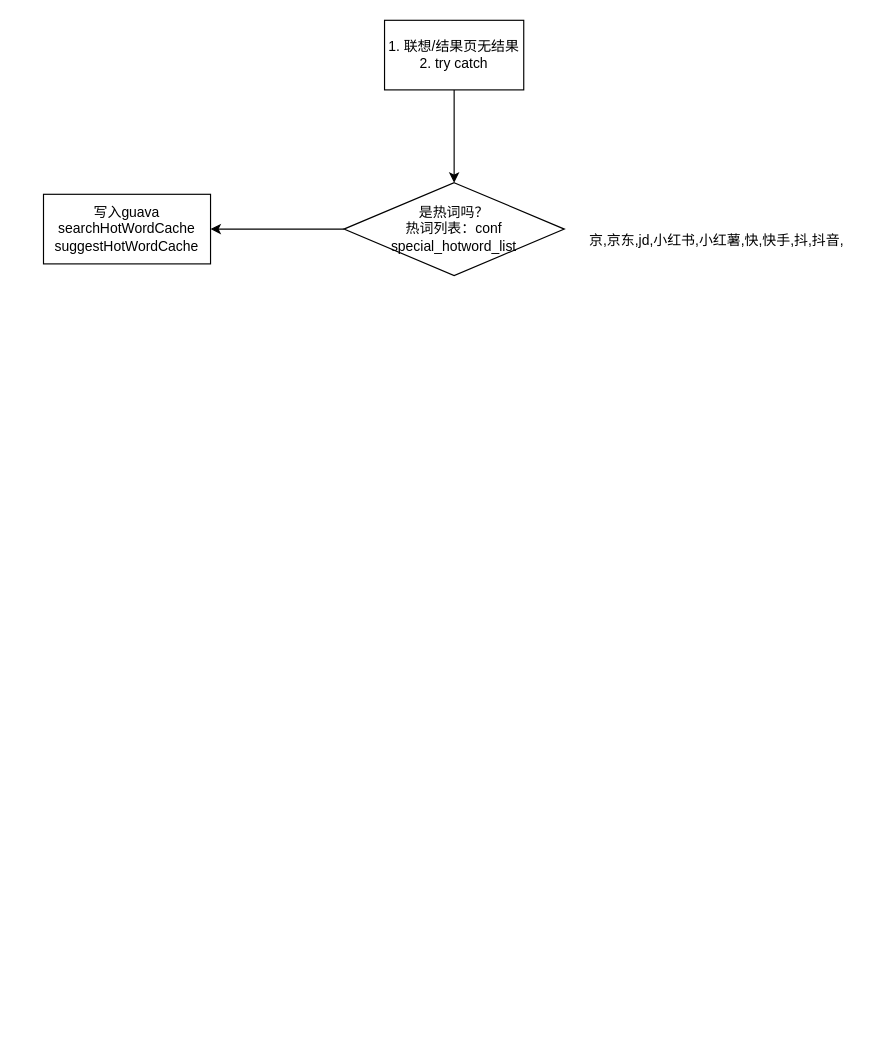
ETHAN0430/draw.io.repo keeps this draw.io diagram as 搜索GlobalFallback.drawio. Above is the earlier version. Source tidied: cells renumbered, new cells numbered last; positions are measured from the earlier drawing's top-left corner, leaving out a move shared by most shapes. Both pictures are drawn from the tidied source at 116%, with x=0, y=0 at pixel (43, 20).
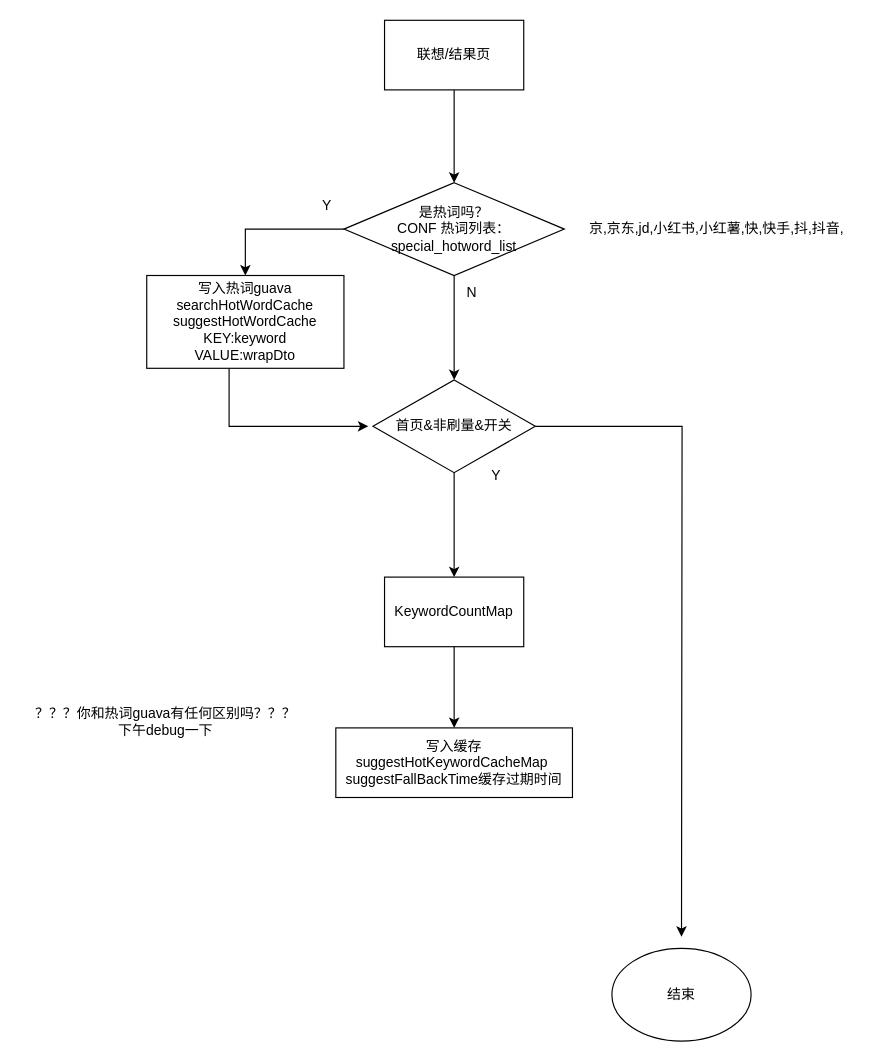
The same diagram, later.

Change to the diagram source:
```diff
@@
-    <mxCell id="3" value="1. 联想/结果页无结果&lt;br&gt;2. try catch" style="whiteSpace=wrap;html=1;" parent="1" vertex="1">
+    <mxCell id="3" value="联想/结果页" style="whiteSpace=wrap;html=1;" parent="1" vertex="1">
       <mxGeometry x="294" width="120" height="60" as="geometry" />
     </mxCell>
-    <mxCell id="4" style="edgeStyle=orthogonalEdgeStyle;rounded=0;jettySize=auto;html=1;" parent="1" edge="1" source="5" target="7">
+    <mxCell id="4" style="edgeStyle=orthogonalEdgeStyle;rounded=0;jettySize=auto;html=1;exitX=0;exitY=0.5;exitDx=0;exitDy=0;" parent="1" edge="1" source="5" target="7">
       <mxGeometry relative="1" as="geometry" />
     </mxCell>
+    <mxCell id="8" style="edgeStyle=orthogonalEdgeStyle;rounded=0;jettySize=auto;html=1;" parent="1" edge="1" source="5">
+      <mxGeometry relative="1" as="geometry">
+        <mxPoint x="354" y="310" as="targetPoint" />
+      </mxGeometry>
+    </mxCell>
-    <mxCell id="5" value="是热词吗？&lt;br&gt;热词列表：conf special_hotword_list" style="rhombus;whiteSpace=wrap;html=1;" parent="1" vertex="1">
+    <mxCell id="5" value="是热词吗？&lt;br&gt;CONF 热词列表： special_hotword_list" style="rhombus;whiteSpace=wrap;html=1;" parent="1" vertex="1">
       <mxGeometry x="259" y="140" width="190" height="80" as="geometry" />
     </mxCell>
     <mxCell id="6" value="京,京东,jd,小红书,小红薯,快,快手,抖,抖音," style="text;html=1;align=center;verticalAlign=middle;strokeColor=none;fillColor=none;" parent="1" vertex="1">
-      <mxGeometry x="460" y="175" width="240" height="30" as="geometry" />
+      <mxGeometry x="460" y="165" width="240" height="30" as="geometry" />
     </mxCell>
+    <mxCell id="9" style="edgeStyle=orthogonalEdgeStyle;rounded=0;jettySize=auto;html=1;" parent="1" edge="1" source="7">
+      <mxGeometry relative="1" as="geometry">
+        <mxPoint x="280" y="350" as="targetPoint" />
+        <Array as="points">
+          <mxPoint x="160" y="350" />
+        </Array>
+      </mxGeometry>
+    </mxCell>
-    <mxCell id="7" value="写入guava&lt;div&gt;searchHotWordCache&lt;br&gt;suggestHotWordCache&lt;/div&gt;" style="whiteSpace=wrap;html=1;" parent="1" vertex="1">
-      <mxGeometry y="150" width="144" height="60" as="geometry" />
+    <mxCell id="7" value="写入热词guava&lt;div&gt;searchHotWordCache&lt;br&gt;suggestHotWordCache&lt;br&gt;KEY:keyword&lt;br&gt;VALUE:wrapDto&lt;/div&gt;" style="whiteSpace=wrap;html=1;" parent="1" vertex="1">
+      <mxGeometry x="89" y="220" width="170" height="80" as="geometry" />
     </mxCell>
+    <mxCell id="10" value="N" style="text;html=1;align=center;verticalAlign=middle;strokeColor=none;fillColor=none;" parent="1" vertex="1">
+      <mxGeometry x="354" y="220" width="30" height="30" as="geometry" />
+    </mxCell>
+    <mxCell id="11" value="Y" style="text;html=1;align=center;verticalAlign=middle;strokeColor=none;fillColor=none;" parent="1" vertex="1">
+      <mxGeometry x="229" y="145" width="30" height="30" as="geometry" />
+    </mxCell>
+    <mxCell id="12" style="edgeStyle=orthogonalEdgeStyle;rounded=0;jettySize=auto;html=1;" parent="1" edge="1" source="14" target="16">
+      <mxGeometry relative="1" as="geometry" />
+    </mxCell>
+    <mxCell id="13" style="edgeStyle=orthogonalEdgeStyle;rounded=0;jettySize=auto;html=1;" parent="1" edge="1" source="14">
+      <mxGeometry relative="1" as="geometry">
+        <mxPoint x="550" y="790" as="targetPoint" />
+      </mxGeometry>
+    </mxCell>
+    <mxCell id="14" value="首页&amp;amp;非刷量&amp;amp;开关" style="rhombus;whiteSpace=wrap;html=1;" parent="1" vertex="1">
+      <mxGeometry x="284" y="310" width="140" height="80" as="geometry" />
+    </mxCell>
+    <mxCell id="15" style="edgeStyle=orthogonalEdgeStyle;rounded=0;jettySize=auto;html=1;" parent="1" edge="1" source="16" target="19">
+      <mxGeometry relative="1" as="geometry" />
+    </mxCell>
+    <mxCell id="16" value="KeywordCountMap" style="whiteSpace=wrap;html=1;" parent="1" vertex="1">
+      <mxGeometry x="294" y="480" width="120" height="60" as="geometry" />
+    </mxCell>
+    <mxCell id="17" value="Y" style="text;html=1;align=center;verticalAlign=middle;strokeColor=none;fillColor=none;" parent="1" vertex="1">
+      <mxGeometry x="375" y="378" width="30" height="30" as="geometry" />
+    </mxCell>
+    <mxCell id="18" value="结束" style="ellipse;whiteSpace=wrap;html=1;" parent="1" vertex="1">
+      <mxGeometry x="490" y="800" width="120" height="80" as="geometry" />
+    </mxCell>
+    <mxCell id="19" value="写入缓存&lt;br&gt;suggestHotKeywordCacheMap&amp;nbsp;&lt;br&gt;suggestFallBackTime缓存过期时间" style="whiteSpace=wrap;html=1;" parent="1" vertex="1">
+      <mxGeometry x="252" y="610" width="204" height="60" as="geometry" />
+    </mxCell>
+    <mxCell id="20" value="？？？你和热词guava有任何区别吗？？？&lt;br&gt;下午debug一下" style="text;html=1;align=center;verticalAlign=middle;strokeColor=none;fillColor=none;" parent="1" vertex="1">
+      <mxGeometry x="-20" y="585" width="250" height="40" as="geometry" />
+    </mxCell>
```
